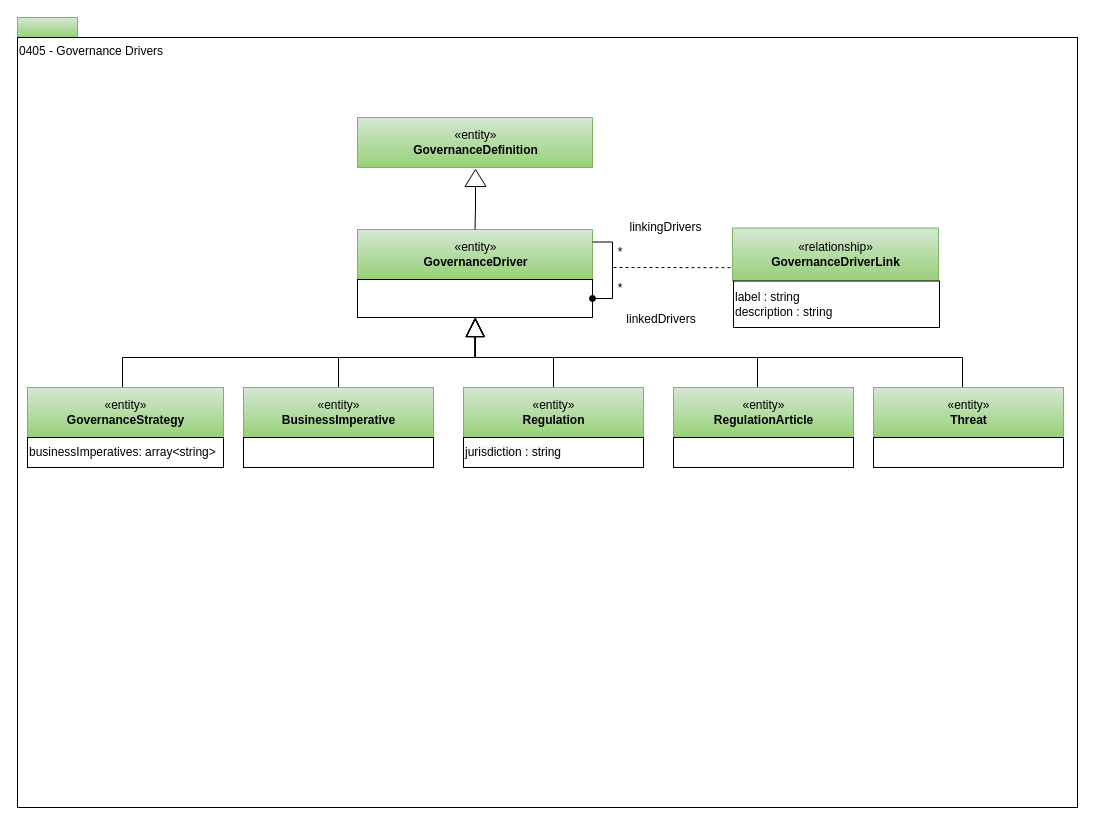
Earlier version of the draw.io diagram page "0405-Governance-Drivers" (3 of 31) of site/docs/types/4/area-4-governance.drawio (odpi/egeria-docs). Source tidied: cells renumbered, new cells numbered last; positions are measured from the earlier drawing's top-left corner, leaving out a move shared by most shapes. Both pictures are drawn from the tidied source at 100%, with x=0, y=0 at pixel (17, 17).
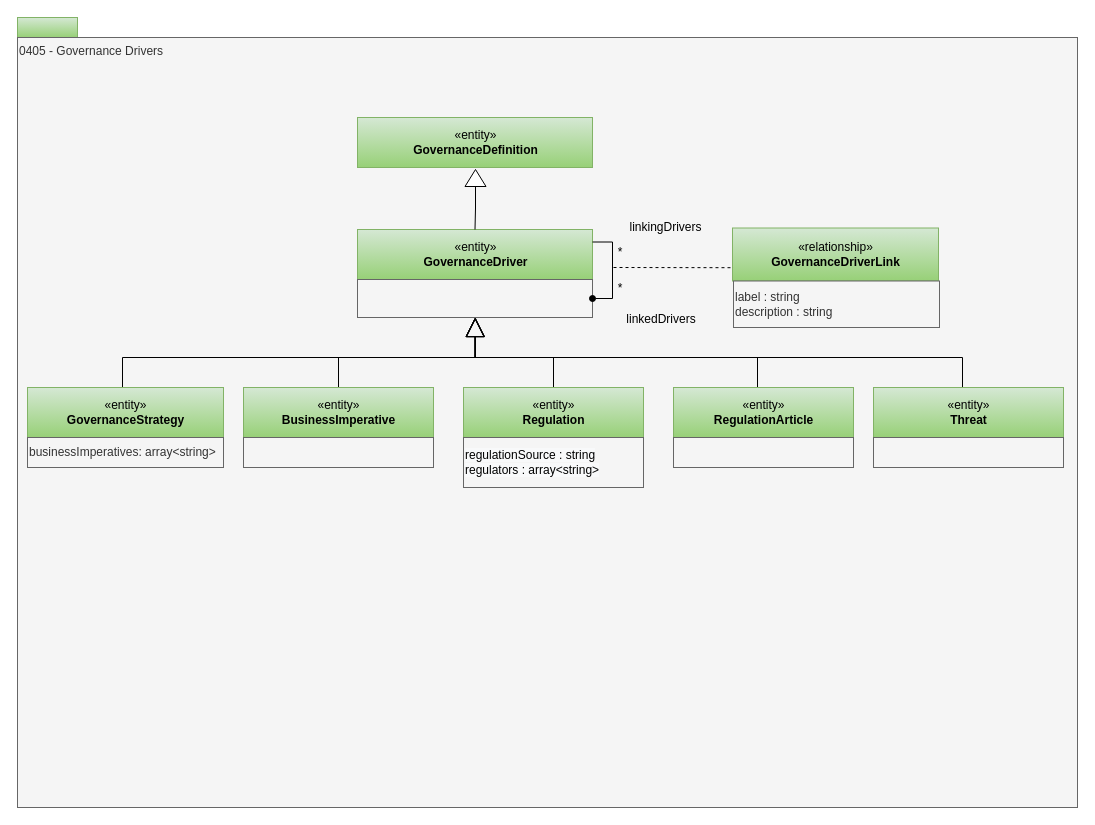
After the change.

What changed in the source:
```diff
@@
-    <mxCell id="3" value="0405 - Governance Drivers" style="rounded=0;whiteSpace=wrap;html=1;align=left;verticalAlign=top;" parent="1" vertex="1">
+    <mxCell id="3" value="0405 - Governance Drivers" style="rounded=0;whiteSpace=wrap;html=1;align=left;verticalAlign=top;fillColor=#f5f5f5;fontColor=#333333;strokeColor=#666666;" parent="1" vertex="1">
       <mxGeometry y="20" width="1060" height="770" as="geometry" />
     </mxCell>
@@
-    <mxCell id="7" style="rounded=0;whiteSpace=wrap;html=1;strokeColor=#000000;gradientColor=#ffffff;align=left;" parent="1" vertex="1">
+    <mxCell id="7" style="rounded=0;whiteSpace=wrap;html=1;strokeColor=#666666;align=left;fillColor=#f5f5f5;fontColor=#333333;" parent="1" vertex="1">
       <mxGeometry x="340" y="262" width="235" height="38" as="geometry" />
     </mxCell>
@@
-    <mxCell id="10" value="businessImperatives: array&amp;lt;string&amp;gt;" style="rounded=0;whiteSpace=wrap;html=1;strokeColor=#000000;gradientColor=#ffffff;align=left;" parent="1" vertex="1">
+    <mxCell id="10" value="businessImperatives: array&amp;lt;string&amp;gt;" style="rounded=0;whiteSpace=wrap;html=1;strokeColor=#666666;align=left;fillColor=#f5f5f5;fontColor=#333333;" parent="1" vertex="1">
       <mxGeometry x="10" y="420" width="196" height="30" as="geometry" />
     </mxCell>
@@
-    <mxCell id="18" value="label : string&lt;div&gt;description : string&lt;/div&gt;" style="rounded=0;whiteSpace=wrap;html=1;strokeColor=#000000;gradientColor=#ffffff;align=left;" parent="1" vertex="1">
+    <mxCell id="18" value="label : string&lt;div&gt;description : string&lt;/div&gt;" style="rounded=0;whiteSpace=wrap;html=1;strokeColor=#666666;align=left;fillColor=#f5f5f5;fontColor=#333333;" parent="1" vertex="1">
       <mxGeometry x="716" y="263.5" width="206" height="46.5" as="geometry" />
     </mxCell>
@@
-    <mxCell id="22" value="&lt;span style=&quot;color: rgb(0, 0, 0); font-family: helvetica; font-size: 12px; font-style: normal; font-weight: 400; letter-spacing: normal; text-align: left; text-indent: 0px; text-transform: none; word-spacing: 0px; background-color: rgb(248, 249, 250); display: inline; float: none;&quot;&gt;jurisdiction : string&lt;/span&gt;" style="rounded=0;whiteSpace=wrap;html=1;strokeColor=#000000;gradientColor=#ffffff;align=left;" parent="1" vertex="1">
-      <mxGeometry x="446" y="420" width="180" height="30" as="geometry" />
+    <mxCell id="22" value="&lt;span style=&quot;color: rgb(0, 0, 0); font-family: helvetica; font-size: 12px; font-style: normal; font-weight: 400; letter-spacing: normal; text-align: left; text-indent: 0px; text-transform: none; word-spacing: 0px; background-color: rgb(248, 249, 250); display: inline; float: none;&quot;&gt;regulationSource : string&lt;/span&gt;&lt;div&gt;&lt;span style=&quot;color: rgb(0, 0, 0); font-family: helvetica; font-size: 12px; font-style: normal; font-weight: 400; letter-spacing: normal; text-align: left; text-indent: 0px; text-transform: none; word-spacing: 0px; background-color: rgb(248, 249, 250); display: inline; float: none;&quot;&gt;regulators : array&amp;lt;string&amp;gt;&lt;/span&gt;&lt;/div&gt;" style="rounded=0;whiteSpace=wrap;html=1;strokeColor=#666666;align=left;fillColor=#f5f5f5;fontColor=#333333;" parent="1" vertex="1">
+      <mxGeometry x="446" y="420" width="180" height="50" as="geometry" />
     </mxCell>
@@
-    <mxCell id="25" style="rounded=0;whiteSpace=wrap;html=1;strokeColor=#000000;gradientColor=#ffffff;align=left;" parent="1" vertex="1">
+    <mxCell id="25" style="rounded=0;whiteSpace=wrap;html=1;strokeColor=#666666;align=left;fillColor=#f5f5f5;fontColor=#333333;" parent="1" vertex="1">
       <mxGeometry x="656" y="420" width="180" height="30" as="geometry" />
     </mxCell>
@@
-    <mxCell id="28" style="rounded=0;whiteSpace=wrap;html=1;strokeColor=#000000;gradientColor=#ffffff;align=left;" parent="1" vertex="1">
+    <mxCell id="28" style="rounded=0;whiteSpace=wrap;html=1;strokeColor=#666666;align=left;fillColor=#f5f5f5;fontColor=#333333;" parent="1" vertex="1">
       <mxGeometry x="226" y="420" width="190" height="30" as="geometry" />
     </mxCell>
@@
-    <mxCell id="31" style="rounded=0;whiteSpace=wrap;html=1;strokeColor=#000000;gradientColor=#ffffff;align=left;" parent="1" vertex="1">
+    <mxCell id="31" style="rounded=0;whiteSpace=wrap;html=1;strokeColor=#666666;align=left;fillColor=#f5f5f5;fontColor=#333333;" parent="1" vertex="1">
       <mxGeometry x="856" y="420" width="190" height="30" as="geometry" />
     </mxCell>
```
